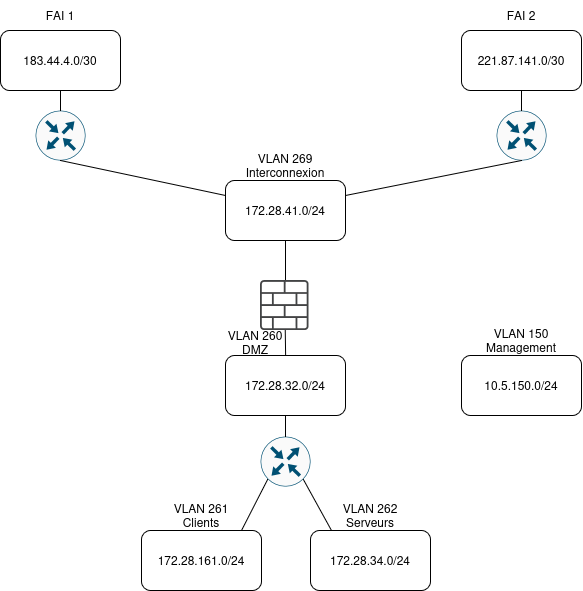
This is docs/assets/infra.drawio.png from DSISportLudique/SportLudique2Doc, a draw.io export, as it was before one commit. Source tidied: cells renumbered, new cells last; positions are measured from the earlier drawing's top-left corner, leaving out a move shared by most shapes.
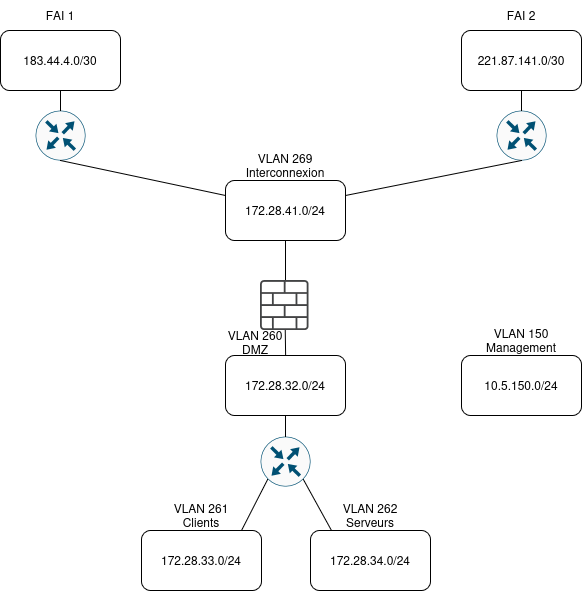
Above is the later version.

Change to the diagram source:
```diff
@@ -59,7 +59,7 @@
     <mxCell id="18" style="endArrow=none;html=1;rounded=0;fontSize=12;startSize=8;endSize=8;curved=1;exitX=0.5;exitY=0;exitDx=0;exitDy=0;" parent="1" edge="1" source="13" target="14">
       <mxGeometry relative="1" as="geometry" />
     </mxCell>
-    <mxCell id="19" value="172.28.161.0/24" style="rounded=1;whiteSpace=wrap;html=1;" parent="1" vertex="1">
+    <mxCell id="19" value="172.28.33.0/24" style="rounded=1;whiteSpace=wrap;html=1;" parent="1" vertex="1">
       <mxGeometry x="141" y="530" width="120" height="60" as="geometry" />
     </mxCell>
     <mxCell id="20" value="172.28.34.0/24" style="rounded=1;whiteSpace=wrap;html=1;" parent="1" vertex="1">
```
